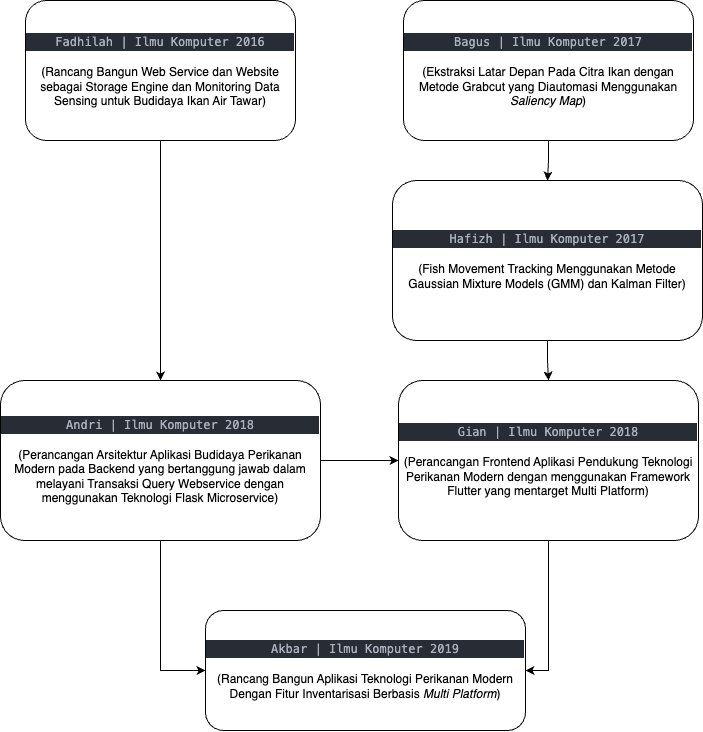
Before: gambar/research_tree.png, a diagram exported from draw.io (MauL08/MyThesis). Source tidied: cells renumbered, new cells last; positions are measured from the earlier drawing's top-left corner, leaving out a move shared by most shapes. Source of this version:
```xml
<mxGraphModel>
  <root>
    <mxCell id="0" />
    <mxCell id="1" parent="0" />
    <mxCell id="2" style="edgeStyle=orthogonalEdgeStyle;rounded=0;jettySize=auto;html=1;" parent="1" edge="1" source="3" target="8">
      <mxGeometry relative="1" as="geometry" />
    </mxCell>
    <mxCell id="3" value="&lt;div style=&quot;color: rgb(171, 178, 191); background-color: rgb(40, 44, 52); font-family: Menlo, Monaco, &amp;quot;Courier New&amp;quot;, monospace, &amp;quot;MesloLGS NF&amp;quot;, Menlo, Monaco, &amp;quot;Courier New&amp;quot;, monospace; line-height: 18px;&quot;&gt;Fadhilah | Ilmu Komputer 2016&lt;/div&gt;&lt;br&gt;(Rancang Bangun Web Service dan Website sebagai Storage Engine dan Monitoring Data Sensing untuk Budidaya Ikan Air Tawar&lt;span style=&quot;background-color: initial;&quot;&gt;)&lt;/span&gt;" style="rounded=1;whiteSpace=wrap;html=1;" parent="1" vertex="1">
      <mxGeometry x="25" width="270" height="140" as="geometry" />
    </mxCell>
    <mxCell id="4" style="edgeStyle=orthogonalEdgeStyle;rounded=0;jettySize=auto;html=1;entryX=0.5;entryY=0;entryDx=0;entryDy=0;" parent="1" edge="1" source="5" target="13">
      <mxGeometry relative="1" as="geometry" />
    </mxCell>
    <mxCell id="5" value="&lt;div style=&quot;color: rgb(171, 178, 191); background-color: rgb(40, 44, 52); font-family: Menlo, Monaco, &amp;quot;Courier New&amp;quot;, monospace, &amp;quot;MesloLGS NF&amp;quot;, Menlo, Monaco, &amp;quot;Courier New&amp;quot;, monospace; line-height: 18px;&quot;&gt;Bagus | Ilmu Komputer 2017&lt;/div&gt;&lt;br&gt;(Ekstraksi Latar Depan Pada Citra Ikan dengan Metode Grabcut yang Diautomasi Menggunakan &lt;i&gt;Saliency Map&lt;/i&gt;)" style="rounded=1;whiteSpace=wrap;html=1;" parent="1" vertex="1">
      <mxGeometry x="403" width="290" height="140" as="geometry" />
    </mxCell>
    <mxCell id="6" style="edgeStyle=orthogonalEdgeStyle;rounded=0;jettySize=auto;html=1;" parent="1" edge="1" source="8" target="10">
      <mxGeometry relative="1" as="geometry" />
    </mxCell>
    <mxCell id="7" style="edgeStyle=orthogonalEdgeStyle;rounded=0;jettySize=auto;html=1;entryX=0;entryY=0.5;entryDx=0;entryDy=0;" parent="1" edge="1" source="8" target="11">
      <mxGeometry relative="1" as="geometry" />
    </mxCell>
    <mxCell id="8" value="&lt;div style=&quot;color: rgb(171, 178, 191); background-color: rgb(40, 44, 52); font-family: Menlo, Monaco, &amp;quot;Courier New&amp;quot;, monospace, &amp;quot;MesloLGS NF&amp;quot;, Menlo, Monaco, &amp;quot;Courier New&amp;quot;, monospace; line-height: 18px;&quot;&gt;Andri | Ilmu Komputer 2018&lt;/div&gt;&lt;br&gt;(Perancangan Arsitektur Aplikasi Budidaya Perikanan Modern pada Backend yang bertanggung jawab dalam melayani Transaksi Query Webservice dengan menggunakan Teknologi Flask Microservice&lt;span style=&quot;background-color: initial;&quot;&gt;)&lt;/span&gt;" style="rounded=1;whiteSpace=wrap;html=1;" parent="1" vertex="1">
      <mxGeometry y="380" width="320" height="160" as="geometry" />
    </mxCell>
    <mxCell id="9" style="edgeStyle=orthogonalEdgeStyle;rounded=0;jettySize=auto;html=1;entryX=1;entryY=0.5;entryDx=0;entryDy=0;fontFamily=Helvetica;fontSize=12;" parent="1" edge="1" source="10" target="11">
      <mxGeometry relative="1" as="geometry" />
    </mxCell>
    <mxCell id="10" value="&lt;div style=&quot;color: rgb(171, 178, 191); background-color: rgb(40, 44, 52); font-family: Menlo, Monaco, &amp;quot;Courier New&amp;quot;, monospace, &amp;quot;MesloLGS NF&amp;quot;, Menlo, Monaco, &amp;quot;Courier New&amp;quot;, monospace; line-height: 18px;&quot;&gt;Gian | Ilmu Komputer 2018&lt;/div&gt;&lt;br&gt;(Perancangan Frontend Aplikasi Pendukung Teknologi Perikanan Modern dengan menggunakan Framework Flutter yang mentarget Multi Platform&lt;span style=&quot;background-color: initial;&quot;&gt;)&lt;/span&gt;" style="rounded=1;whiteSpace=wrap;html=1;" parent="1" vertex="1">
      <mxGeometry x="398" y="380" width="300" height="160" as="geometry" />
    </mxCell>
    <mxCell id="11" value="&lt;div style=&quot;color: rgb(171, 178, 191); background-color: rgb(40, 44, 52); font-family: Menlo, Monaco, &amp;quot;Courier New&amp;quot;, monospace, &amp;quot;MesloLGS NF&amp;quot;, Menlo, Monaco, &amp;quot;Courier New&amp;quot;, monospace; line-height: 18px;&quot;&gt;Akbar | Ilmu Komputer 2019&lt;/div&gt;&lt;br&gt;(Rancang Bangun Aplikasi Teknologi Perikanan Modern Dengan Fitur Inventarisasi Berbasis &lt;i&gt;Multi Platform&lt;/i&gt;)" style="rounded=1;whiteSpace=wrap;html=1;" parent="1" vertex="1">
      <mxGeometry x="205" y="610" width="320" height="120" as="geometry" />
    </mxCell>
    <mxCell id="12" style="edgeStyle=orthogonalEdgeStyle;rounded=0;jettySize=auto;html=1;" parent="1" edge="1" source="13" target="10">
      <mxGeometry relative="1" as="geometry" />
    </mxCell>
    <mxCell id="13" value="&lt;div style=&quot;color: rgb(171, 178, 191); background-color: rgb(40, 44, 52); font-family: Menlo, Monaco, &amp;quot;Courier New&amp;quot;, monospace, &amp;quot;MesloLGS NF&amp;quot;, Menlo, Monaco, &amp;quot;Courier New&amp;quot;, monospace; line-height: 18px;&quot;&gt;Hafizh | Ilmu Komputer 2017&lt;/div&gt;&lt;br&gt;(Fish Movement Tracking Menggunakan Metode Gaussian Mixture Models (GMM) dan Kalman Filter)" style="rounded=1;whiteSpace=wrap;html=1;" parent="1" vertex="1">
      <mxGeometry x="392" y="180" width="310" height="160" as="geometry" />
    </mxCell>
  </root>
</mxGraphModel>
```
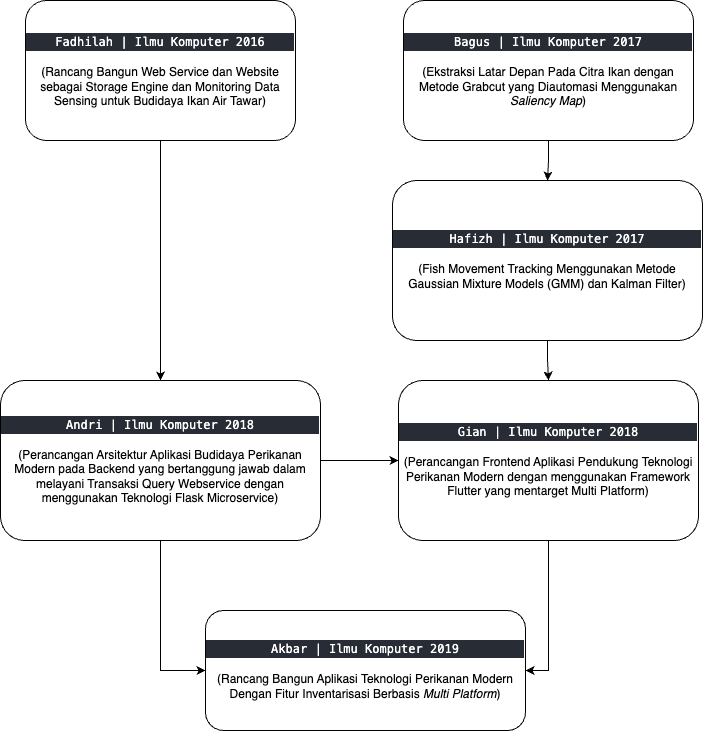
Above is the later version.

Commit message:
fix research tree

What changed in the source:
```diff
@@ -5,13 +5,13 @@
     <mxCell id="2" style="edgeStyle=orthogonalEdgeStyle;rounded=0;jettySize=auto;html=1;" parent="1" edge="1" source="3" target="8">
       <mxGeometry relative="1" as="geometry" />
     </mxCell>
-    <mxCell id="3" value="&lt;div style=&quot;color: rgb(171, 178, 191); background-color: rgb(40, 44, 52); font-family: Menlo, Monaco, &amp;quot;Courier New&amp;quot;, monospace, &amp;quot;MesloLGS NF&amp;quot;, Menlo, Monaco, &amp;quot;Courier New&amp;quot;, monospace; line-height: 18px;&quot;&gt;Fadhilah | Ilmu Komputer 2016&lt;/div&gt;&lt;br&gt;(Rancang Bangun Web Service dan Website sebagai Storage Engine dan Monitoring Data Sensing untuk Budidaya Ikan Air Tawar&lt;span style=&quot;background-color: initial;&quot;&gt;)&lt;/span&gt;" style="rounded=1;whiteSpace=wrap;html=1;" parent="1" vertex="1">
+    <mxCell id="3" value="&lt;div style=&quot;background-color: rgb(40, 44, 52); font-family: Menlo, Monaco, &amp;quot;Courier New&amp;quot;, monospace, &amp;quot;MesloLGS NF&amp;quot;, Menlo, Monaco, &amp;quot;Courier New&amp;quot;, monospace; line-height: 18px;&quot;&gt;&lt;font color=&quot;#ffffff&quot;&gt;Fadhilah | Ilmu Komputer 2016&lt;/font&gt;&lt;/div&gt;&lt;br&gt;(Rancang Bangun Web Service dan Website sebagai Storage Engine dan Monitoring Data Sensing untuk Budidaya Ikan Air Tawar&lt;span style=&quot;background-color: initial;&quot;&gt;)&lt;/span&gt;" style="rounded=1;whiteSpace=wrap;html=1;" parent="1" vertex="1">
       <mxGeometry x="25" width="270" height="140" as="geometry" />
     </mxCell>
     <mxCell id="4" style="edgeStyle=orthogonalEdgeStyle;rounded=0;jettySize=auto;html=1;entryX=0.5;entryY=0;entryDx=0;entryDy=0;" parent="1" edge="1" source="5" target="13">
       <mxGeometry relative="1" as="geometry" />
     </mxCell>
-    <mxCell id="5" value="&lt;div style=&quot;color: rgb(171, 178, 191); background-color: rgb(40, 44, 52); font-family: Menlo, Monaco, &amp;quot;Courier New&amp;quot;, monospace, &amp;quot;MesloLGS NF&amp;quot;, Menlo, Monaco, &amp;quot;Courier New&amp;quot;, monospace; line-height: 18px;&quot;&gt;Bagus | Ilmu Komputer 2017&lt;/div&gt;&lt;br&gt;(Ekstraksi Latar Depan Pada Citra Ikan dengan Metode Grabcut yang Diautomasi Menggunakan &lt;i&gt;Saliency Map&lt;/i&gt;)" style="rounded=1;whiteSpace=wrap;html=1;" parent="1" vertex="1">
+    <mxCell id="5" value="&lt;div style=&quot;background-color: rgb(40, 44, 52); font-family: Menlo, Monaco, &amp;quot;Courier New&amp;quot;, monospace, &amp;quot;MesloLGS NF&amp;quot;, Menlo, Monaco, &amp;quot;Courier New&amp;quot;, monospace; line-height: 18px;&quot;&gt;&lt;font color=&quot;#ffffff&quot;&gt;Bagus | Ilmu Komputer 2017&lt;/font&gt;&lt;/div&gt;&lt;br&gt;(Ekstraksi Latar Depan Pada Citra Ikan dengan Metode Grabcut yang Diautomasi Menggunakan &lt;i&gt;Saliency Map&lt;/i&gt;)" style="rounded=1;whiteSpace=wrap;html=1;" parent="1" vertex="1">
       <mxGeometry x="403" width="290" height="140" as="geometry" />
     </mxCell>
     <mxCell id="6" style="edgeStyle=orthogonalEdgeStyle;rounded=0;jettySize=auto;html=1;" parent="1" edge="1" source="8" target="10">
@@ -20,22 +20,22 @@
     <mxCell id="7" style="edgeStyle=orthogonalEdgeStyle;rounded=0;jettySize=auto;html=1;entryX=0;entryY=0.5;entryDx=0;entryDy=0;" parent="1" edge="1" source="8" target="11">
       <mxGeometry relative="1" as="geometry" />
     </mxCell>
-    <mxCell id="8" value="&lt;div style=&quot;color: rgb(171, 178, 191); background-color: rgb(40, 44, 52); font-family: Menlo, Monaco, &amp;quot;Courier New&amp;quot;, monospace, &amp;quot;MesloLGS NF&amp;quot;, Menlo, Monaco, &amp;quot;Courier New&amp;quot;, monospace; line-height: 18px;&quot;&gt;Andri | Ilmu Komputer 2018&lt;/div&gt;&lt;br&gt;(Perancangan Arsitektur Aplikasi Budidaya Perikanan Modern pada Backend yang bertanggung jawab dalam melayani Transaksi Query Webservice dengan menggunakan Teknologi Flask Microservice&lt;span style=&quot;background-color: initial;&quot;&gt;)&lt;/span&gt;" style="rounded=1;whiteSpace=wrap;html=1;" parent="1" vertex="1">
+    <mxCell id="8" value="&lt;div style=&quot;background-color: rgb(40, 44, 52); font-family: Menlo, Monaco, &amp;quot;Courier New&amp;quot;, monospace, &amp;quot;MesloLGS NF&amp;quot;, Menlo, Monaco, &amp;quot;Courier New&amp;quot;, monospace; line-height: 18px;&quot;&gt;&lt;font color=&quot;#ffffff&quot;&gt;Andri | Ilmu Komputer 2018&lt;/font&gt;&lt;/div&gt;&lt;br&gt;(Perancangan Arsitektur Aplikasi Budidaya Perikanan Modern pada Backend yang bertanggung jawab dalam melayani Transaksi Query Webservice dengan menggunakan Teknologi Flask Microservice&lt;span style=&quot;background-color: initial;&quot;&gt;)&lt;/span&gt;" style="rounded=1;whiteSpace=wrap;html=1;" parent="1" vertex="1">
       <mxGeometry y="380" width="320" height="160" as="geometry" />
     </mxCell>
     <mxCell id="9" style="edgeStyle=orthogonalEdgeStyle;rounded=0;jettySize=auto;html=1;entryX=1;entryY=0.5;entryDx=0;entryDy=0;fontFamily=Helvetica;fontSize=12;" parent="1" edge="1" source="10" target="11">
       <mxGeometry relative="1" as="geometry" />
     </mxCell>
-    <mxCell id="10" value="&lt;div style=&quot;color: rgb(171, 178, 191); background-color: rgb(40, 44, 52); font-family: Menlo, Monaco, &amp;quot;Courier New&amp;quot;, monospace, &amp;quot;MesloLGS NF&amp;quot;, Menlo, Monaco, &amp;quot;Courier New&amp;quot;, monospace; line-height: 18px;&quot;&gt;Gian | Ilmu Komputer 2018&lt;/div&gt;&lt;br&gt;(Perancangan Frontend Aplikasi Pendukung Teknologi Perikanan Modern dengan menggunakan Framework Flutter yang mentarget Multi Platform&lt;span style=&quot;background-color: initial;&quot;&gt;)&lt;/span&gt;" style="rounded=1;whiteSpace=wrap;html=1;" parent="1" vertex="1">
+    <mxCell id="10" value="&lt;div style=&quot;background-color: rgb(40, 44, 52); font-family: Menlo, Monaco, &amp;quot;Courier New&amp;quot;, monospace, &amp;quot;MesloLGS NF&amp;quot;, Menlo, Monaco, &amp;quot;Courier New&amp;quot;, monospace; line-height: 18px;&quot;&gt;&lt;font color=&quot;#ffffff&quot;&gt;Gian | Ilmu Komputer 2018&lt;/font&gt;&lt;/div&gt;&lt;br&gt;(Perancangan Frontend Aplikasi Pendukung Teknologi Perikanan Modern dengan menggunakan Framework Flutter yang mentarget Multi Platform&lt;span style=&quot;background-color: initial;&quot;&gt;)&lt;/span&gt;" style="rounded=1;whiteSpace=wrap;html=1;" parent="1" vertex="1">
       <mxGeometry x="398" y="380" width="300" height="160" as="geometry" />
     </mxCell>
-    <mxCell id="11" value="&lt;div style=&quot;color: rgb(171, 178, 191); background-color: rgb(40, 44, 52); font-family: Menlo, Monaco, &amp;quot;Courier New&amp;quot;, monospace, &amp;quot;MesloLGS NF&amp;quot;, Menlo, Monaco, &amp;quot;Courier New&amp;quot;, monospace; line-height: 18px;&quot;&gt;Akbar | Ilmu Komputer 2019&lt;/div&gt;&lt;br&gt;(Rancang Bangun Aplikasi Teknologi Perikanan Modern Dengan Fitur Inventarisasi Berbasis &lt;i&gt;Multi Platform&lt;/i&gt;)" style="rounded=1;whiteSpace=wrap;html=1;" parent="1" vertex="1">
+    <mxCell id="11" value="&lt;div style=&quot;background-color: rgb(40, 44, 52); font-family: Menlo, Monaco, &amp;quot;Courier New&amp;quot;, monospace, &amp;quot;MesloLGS NF&amp;quot;, Menlo, Monaco, &amp;quot;Courier New&amp;quot;, monospace; line-height: 18px;&quot;&gt;&lt;font color=&quot;#ffffff&quot;&gt;Akbar | Ilmu Komputer 2019&lt;/font&gt;&lt;/div&gt;&lt;br&gt;(Rancang Bangun Aplikasi Teknologi Perikanan Modern Dengan Fitur Inventarisasi Berbasis &lt;i&gt;Multi Platform&lt;/i&gt;)" style="rounded=1;whiteSpace=wrap;html=1;" parent="1" vertex="1">
       <mxGeometry x="205" y="610" width="320" height="120" as="geometry" />
     </mxCell>
     <mxCell id="12" style="edgeStyle=orthogonalEdgeStyle;rounded=0;jettySize=auto;html=1;" parent="1" edge="1" source="13" target="10">
       <mxGeometry relative="1" as="geometry" />
     </mxCell>
-    <mxCell id="13" value="&lt;div style=&quot;color: rgb(171, 178, 191); background-color: rgb(40, 44, 52); font-family: Menlo, Monaco, &amp;quot;Courier New&amp;quot;, monospace, &amp;quot;MesloLGS NF&amp;quot;, Menlo, Monaco, &amp;quot;Courier New&amp;quot;, monospace; line-height: 18px;&quot;&gt;Hafizh | Ilmu Komputer 2017&lt;/div&gt;&lt;br&gt;(Fish Movement Tracking Menggunakan Metode Gaussian Mixture Models (GMM) dan Kalman Filter)" style="rounded=1;whiteSpace=wrap;html=1;" parent="1" vertex="1">
+    <mxCell id="13" value="&lt;div style=&quot;background-color: rgb(40, 44, 52); font-family: Menlo, Monaco, &amp;quot;Courier New&amp;quot;, monospace, &amp;quot;MesloLGS NF&amp;quot;, Menlo, Monaco, &amp;quot;Courier New&amp;quot;, monospace; line-height: 18px;&quot;&gt;&lt;font color=&quot;#ffffff&quot;&gt;Hafizh | Ilmu Komputer 2017&lt;/font&gt;&lt;/div&gt;&lt;br&gt;(Fish Movement Tracking Menggunakan Metode Gaussian Mixture Models (GMM) dan Kalman Filter)" style="rounded=1;whiteSpace=wrap;html=1;" parent="1" vertex="1">
       <mxGeometry x="392" y="180" width="310" height="160" as="geometry" />
     </mxCell>
   </root>
```
